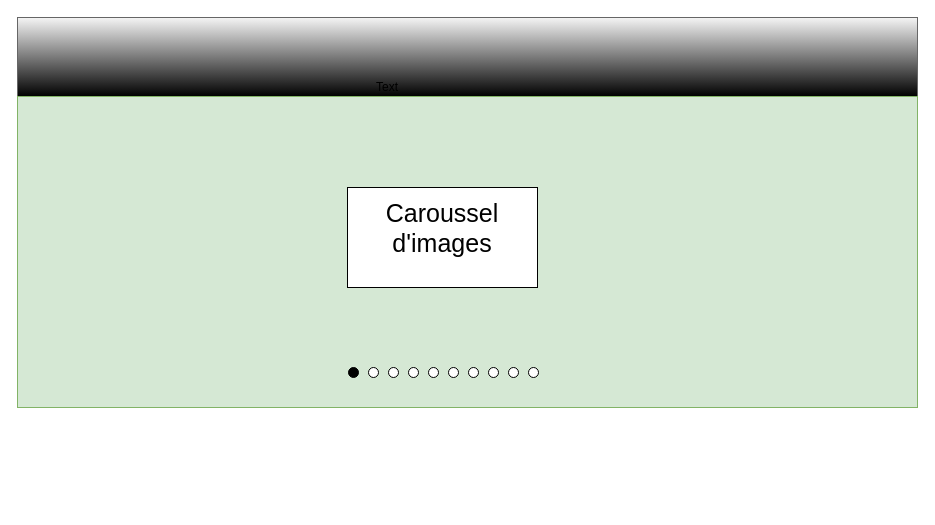
At0micA55/school_stuff keeps this draw.io diagram as Untitled Diagram.drawio. Above is the earlier version. Source tidied: cells renumbered, new cells numbered last; positions are measured from the earlier drawing's top-left corner, leaving out a move shared by most shapes. Both pictures are drawn from the tidied source at 100%, with x=0, y=0 at pixel (17, 17).
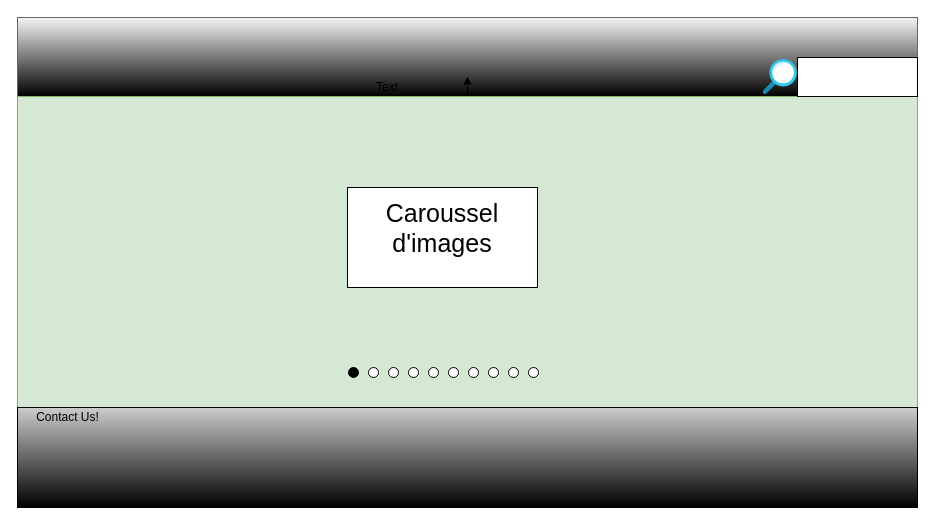
After the change.

Commit message:
search box

The change refers to these unchanged cells:
```xml
<mxCell id="3" style="rounded=0;whiteSpace=wrap;html=1;fillColor=#d5e8d4;strokeColor=#82b366;" parent="1" vertex="1">
  <mxGeometry y="79" width="900" height="311" as="geometry" />
</mxCell>
```

What changed in the source:
```diff
@@
+    <mxCell id="19" style="edgeStyle=orthogonalEdgeStyle;rounded=0;jettySize=auto;html=1;exitX=0.5;exitY=0;exitDx=0;exitDy=0;" parent="1" edge="1" source="3">
+      <mxGeometry relative="1" as="geometry">
+        <mxPoint x="450" y="59" as="targetPoint" />
+      </mxGeometry>
+    </mxCell>
@@
+    <mxCell id="20" style="rounded=0;whiteSpace=wrap;html=1;gradientDirection=north;fillColor=#000000;gradientColor=#CCCCCC;" parent="1" vertex="1">
+      <mxGeometry y="390" width="900" height="100" as="geometry" />
+    </mxCell>
@@
+    <mxCell id="21" value="Contact Us!" style="text;html=1;align=center;verticalAlign=middle;fillColor=none;strokeColor=none;rounded=0;" parent="1" vertex="1">
+      <mxGeometry x="10" y="390" width="80" height="20" as="geometry" />
+    </mxCell>
@@
+    <mxCell id="22" style="rounded=0;whiteSpace=wrap;html=1;fillColor=#FFFFFF;" parent="1" vertex="1">
+      <mxGeometry x="780" y="40" width="120" height="39" as="geometry" />
+    </mxCell>
+    <mxCell id="23" style="html=1;align=center;image;fontSize=12;image=img/lib/azure2/general/Search.svg;fillColor=#000000;gradientColor=#CCCCCC;" parent="1" vertex="1">
+      <mxGeometry x="745.5" y="42" width="34.5" height="35" as="geometry" />
+    </mxCell>
```
